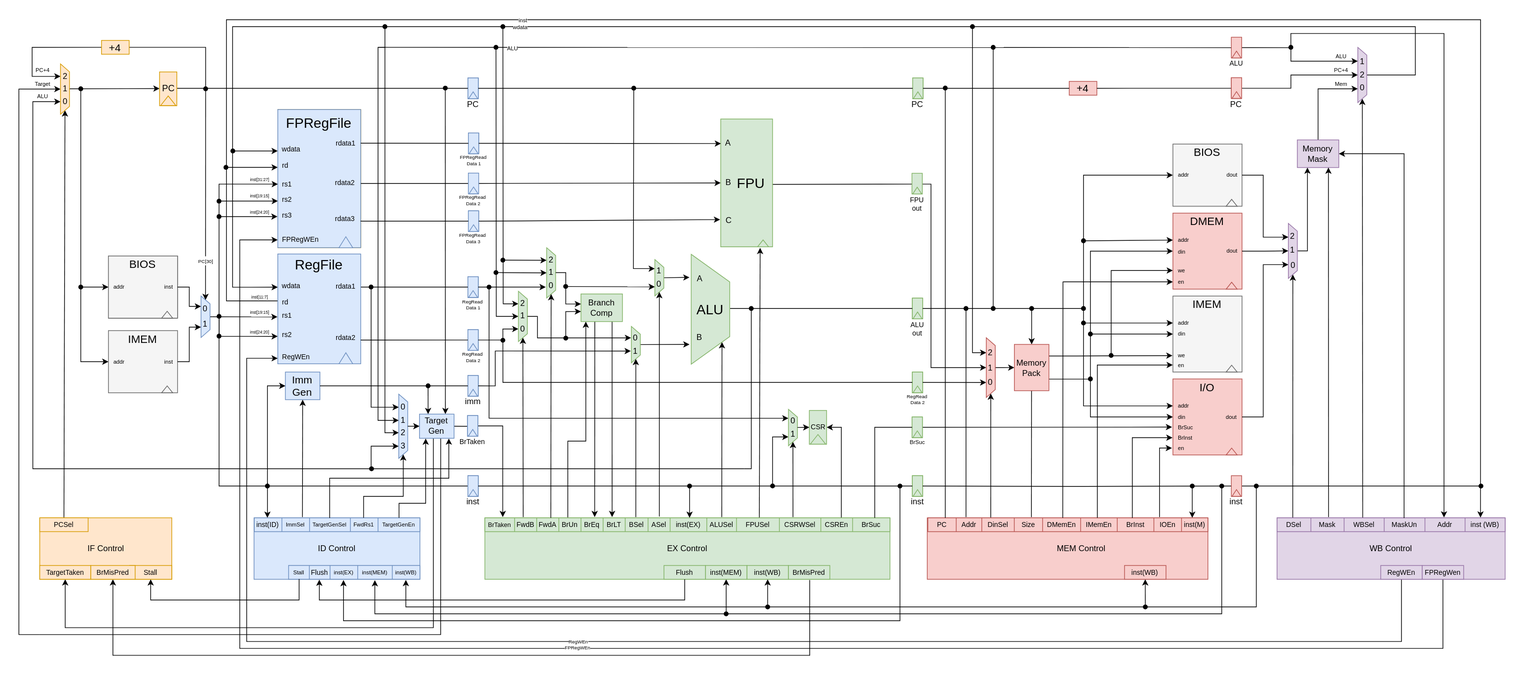
Earlier version of the draw.io export docs/diagram.svg (nikodittmar/jane-street-advent-of-fpga). Source tidied: cells renumbered, new cells last; positions are measured from the earlier drawing's top-left corner, leaving out a move shared by most shapes.
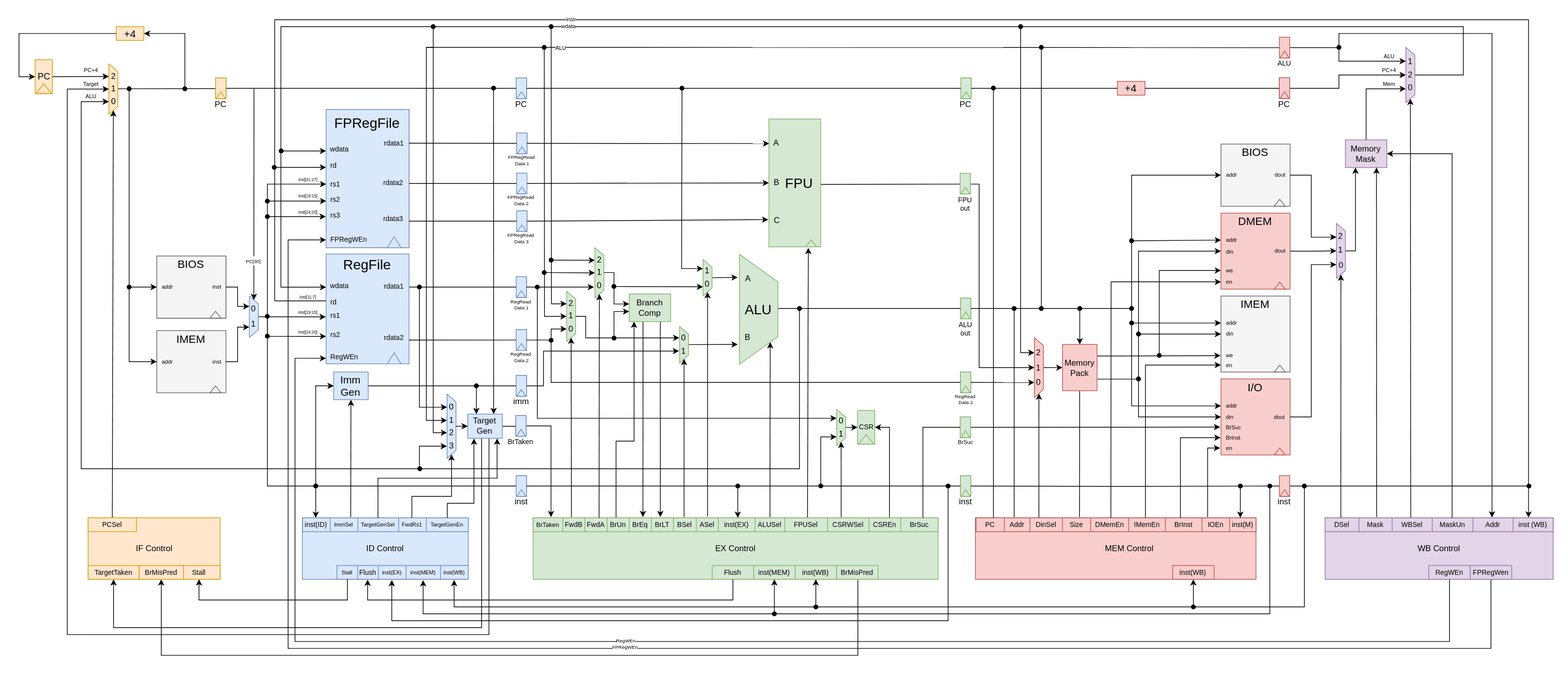
After the change.

Commit message:
feat: updated cpu diagram program counter

The edit, as a diff of the source:
```diff
@@ -19,10 +19,9 @@
         <mxPoint x="1305" y="590" as="sourcePoint" />
       </mxGeometry>
     </mxCell>
-    <mxCell id="7" style="edgeStyle=elbowEdgeStyle;elbow=vertical;html=1;entryX=0;entryY=0.5;entryDx=0;entryDy=0;fontColor=default;" parent="1" edge="1">
+    <mxCell id="7" style="edgeStyle=elbowEdgeStyle;elbow=vertical;html=1;entryX=0;entryY=0.5;entryDx=0;entryDy=0;fontColor=default;endArrow=none;endFill=0;" parent="1" edge="1" target="461">
       <mxGeometry relative="1" as="geometry">
         <mxPoint x="69.4" y="100" as="sourcePoint" />
-        <mxPoint x="203.4" y="100.1" as="targetPoint" />
       </mxGeometry>
     </mxCell>
     <mxCell id="8" style="edgeStyle=elbowEdgeStyle;html=1;entryX=0;entryY=0.5;entryDx=0;entryDy=0;rounded=0;curved=0;exitX=1;exitY=0.75;exitDx=0;exitDy=0;" parent="1" edge="1" source="454" target="244">
@@ -61,25 +60,16 @@
     <mxCell id="16" value="&lt;font style=&quot;font-size: 15px;&quot;&gt;+4&lt;/font&gt;" style="text;html=1;align=center;verticalAlign=middle;whiteSpace=wrap;rounded=0;fillColor=#f8cecc;strokeColor=#b85450;fontColor=default;" parent="1" vertex="1">
       <mxGeometry x="1519.4" y="89.3" width="40" height="20" as="geometry" />
     </mxCell>
-    <mxCell id="17" style="edgeStyle=orthogonalEdgeStyle;html=1;rounded=0;curved=0;exitX=0;exitY=0.5;exitDx=0;exitDy=0;fontColor=default;entryX=0.25;entryY=1;entryDx=0;entryDy=0;" parent="1" edge="1" source="19" target="438">
-      <mxGeometry relative="1" as="geometry">
-        <Array as="points">
-          <mxPoint x="19" y="40" />
-          <mxPoint x="19" y="82" />
-          <mxPoint x="60" y="82" />
-        </Array>
-      </mxGeometry>
-    </mxCell>
-    <mxCell id="18" style="edgeStyle=elbowEdgeStyle;elbow=vertical;html=1;exitX=1;exitY=0.5;exitDx=0;exitDy=0;rounded=0;curved=0;startArrow=none;startFill=0;endArrow=oval;endFill=1;fontColor=default;" parent="1" edge="1" source="19">
-      <mxGeometry relative="1" as="geometry">
-        <mxPoint x="270" y="100" as="targetPoint" />
-        <Array as="points">
-          <mxPoint x="210" y="40" />
-        </Array>
-      </mxGeometry>
-    </mxCell>
+    <mxCell id="456" style="edgeStyle=elbowEdgeStyle;html=1;exitX=1;exitY=0.5;exitDx=0;exitDy=0;elbow=vertical;rounded=0;curved=0;startArrow=oval;startFill=1;entryX=1;entryY=0.5;entryDx=0;entryDy=0;" parent="1" edge="1" target="19">
+      <mxGeometry relative="1" as="geometry">
+        <mxPoint x="170" y="100" as="sourcePoint" />
+        <Array as="points">
+          <mxPoint x="140" y="20" />
+        </Array>
+      </mxGeometry>
+    </mxCell>
     <mxCell id="19" value="&lt;font style=&quot;font-size: 15px;&quot;&gt;+4&lt;/font&gt;" style="text;html=1;align=center;verticalAlign=middle;whiteSpace=wrap;rounded=0;fillColor=#ffe6cc;strokeColor=#d79b00;fontColor=default;" parent="1" vertex="1">
-      <mxGeometry x="119.4" y="30" width="40" height="20" as="geometry" />
+      <mxGeometry x="70.7" y="10" width="40" height="20" as="geometry" />
     </mxCell>
     <mxCell id="20" style="group;fillColor=#dae8fc;strokeColor=#6c8ebf;fontColor=default;" parent="1" vertex="1">
       <mxGeometry x="649.4" y="372" width="15" height="30" as="geometry" />
@@ -514,7 +504,7 @@
     <mxCell id="133" value="inst(M)" style="shape=partialRectangle;html=1;whiteSpace=wrap;strokeColor=inherit;overflow=hidden;fillColor=none;top=0;left=0;bottom=0;right=0;fontSize=10;fontColor=default;" parent="124" vertex="1">
       <mxGeometry x="367" width="38" height="20" as="geometry" />
     </mxCell>
-    <mxCell id="134" style="edgeStyle=none;html=1;entryX=0;entryY=0.5;entryDx=0;entryDy=0;endArrow=none;endFill=0;fontColor=default;exitX=1;exitY=0.5;exitDx=0;exitDy=0;" parent="1" edge="1" source="282" target="40">
+    <mxCell id="134" style="edgeStyle=none;html=1;entryX=0;entryY=0.5;entryDx=0;entryDy=0;endArrow=none;endFill=0;fontColor=default;exitX=1;exitY=0.5;exitDx=0;exitDy=0;" parent="1" edge="1" source="461" target="40">
       <mxGeometry relative="1" as="geometry" />
     </mxCell>
     <mxCell id="135" style="edgeStyle=orthogonalEdgeStyle;html=1;rounded=0;curved=0;endArrow=none;endFill=0;startArrow=none;startFill=0;fontColor=default;entryX=0;entryY=0.5;entryDx=0;entryDy=0;" parent="1" edge="1" target="378">
@@ -1094,15 +1084,6 @@
     <mxCell id="279" value="FPRegRead &#10;Data 2" style="text;align=center;verticalAlign=middle;rounded=0;spacing=2;whiteSpace=wrap;fontSize=7;fontColor=default;" parent="1" vertex="1">
       <mxGeometry x="641.4" y="260" width="32.5" height="4.3" as="geometry" />
     </mxCell>
-    <mxCell id="280" style="rounded=0;whiteSpace=wrap;html=1;fillColor=#ffe6cc;strokeColor=#d79b00;fontColor=default;" parent="1" vertex="1">
-      <mxGeometry x="203.4" y="75.6" width="25" height="49" as="geometry" />
-    </mxCell>
-    <mxCell id="281" style="triangle;whiteSpace=wrap;html=1;rotation=-90;fillColor=#ffe6cc;strokeColor=#d79b00;fontColor=default;" parent="1" vertex="1">
-      <mxGeometry x="208.9" y="106.3" width="14" height="22.2" as="geometry" />
-    </mxCell>
-    <mxCell id="282" value="&lt;font style=&quot;font-size: 13px;&quot;&gt;PC&lt;/font&gt;" style="text;html=1;align=center;verticalAlign=middle;whiteSpace=wrap;rounded=0;fontColor=default;" parent="1" vertex="1">
-      <mxGeometry x="204.6" y="88.3" width="22.5" height="22" as="geometry" />
-    </mxCell>
     <mxCell id="283" value="PC" style="text;html=1;align=center;verticalAlign=middle;whiteSpace=wrap;rounded=0;fontColor=default;" parent="1" vertex="1">
       <mxGeometry x="1290.4" y="118.3" width="20" height="10" as="geometry" />
     </mxCell>
@@ -1839,5 +1820,39 @@
         </Array>
       </mxGeometry>
     </mxCell>
+    <mxCell id="457" style="group;" parent="1" vertex="1">
+      <mxGeometry x="-46.6" y="58" width="25" height="49" as="geometry" />
+    </mxCell>
+    <mxCell id="280" style="rounded=0;whiteSpace=wrap;html=1;fillColor=#ffe6cc;strokeColor=#d79b00;fontColor=default;" parent="457" vertex="1">
+      <mxGeometry width="25" height="49" as="geometry" />
+    </mxCell>
+    <mxCell id="281" style="triangle;whiteSpace=wrap;html=1;rotation=-90;fillColor=#ffe6cc;strokeColor=#d79b00;fontColor=default;" parent="457" vertex="1">
+      <mxGeometry x="5.5" y="30.7" width="14" height="22.2" as="geometry" />
+    </mxCell>
+    <mxCell id="282" value="&lt;font style=&quot;font-size: 13px;&quot;&gt;PC&lt;/font&gt;" style="text;html=1;align=center;verticalAlign=middle;whiteSpace=wrap;rounded=0;fontColor=default;" parent="457" vertex="1">
+      <mxGeometry x="1.2" y="12.7" width="22.5" height="22" as="geometry" />
+    </mxCell>
+    <mxCell id="458" style="edgeStyle=none;html=1;exitX=1;exitY=0.5;exitDx=0;exitDy=0;entryX=0.25;entryY=1;entryDx=0;entryDy=0;" parent="1" edge="1" source="280" target="438">
+      <mxGeometry relative="1" as="geometry" />
+    </mxCell>
+    <mxCell id="459" style="edgeStyle=elbowEdgeStyle;html=1;exitX=0;exitY=0.5;exitDx=0;exitDy=0;entryX=0;entryY=0.5;entryDx=0;entryDy=0;rounded=0;curved=0;" parent="1" edge="1" source="19" target="280">
+      <mxGeometry relative="1" as="geometry">
+        <Array as="points">
+          <mxPoint x="-70" y="60" />
+        </Array>
+      </mxGeometry>
+    </mxCell>
+    <mxCell id="460" style="group;fillColor=#dae8fc;strokeColor=#6c8ebf;fontColor=default;" parent="1" vertex="1">
+      <mxGeometry x="214.4" y="84.3" width="15" height="30" as="geometry" />
+    </mxCell>
+    <mxCell id="461" style="rounded=0;whiteSpace=wrap;html=1;fillColor=#ffe6cc;strokeColor=#d79b00;" parent="460" vertex="1">
+      <mxGeometry width="15" height="30" as="geometry" />
+    </mxCell>
+    <mxCell id="462" style="triangle;whiteSpace=wrap;html=1;rotation=-90;fillColor=#ffe6cc;strokeColor=#d79b00;" parent="460" vertex="1">
+      <mxGeometry x="2.6" y="18.5" width="9.9" height="13.1" as="geometry" />
+    </mxCell>
+    <mxCell id="463" value="PC" style="text;html=1;align=center;verticalAlign=middle;whiteSpace=wrap;rounded=0;fontColor=default;" parent="1" vertex="1">
+      <mxGeometry x="211.9" y="118.3" width="20" height="10" as="geometry" />
+    </mxCell>
   </root>
 </mxGraphModel>
```
